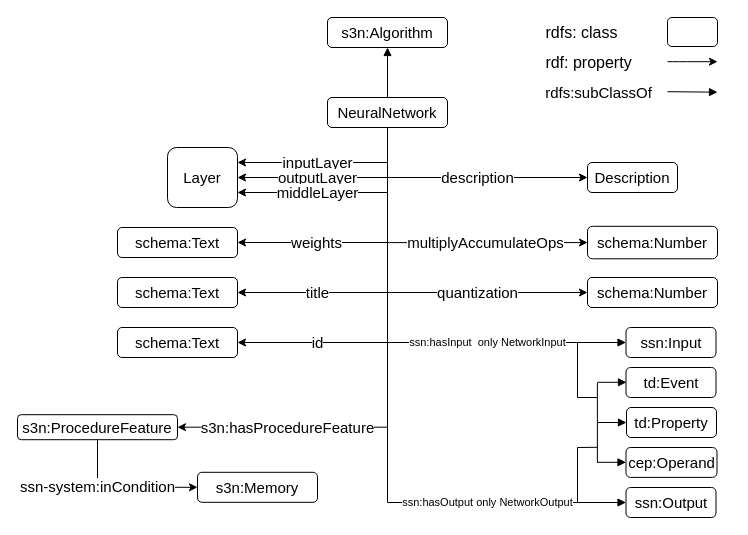
Before: Untitled Diagram 1.drawio in Haoyu-R/appendix, a draw.io diagram. Source tidied: cells renumbered, new cells numbered last; positions are measured from the earlier drawing's top-left corner, leaving out a move shared by most shapes. Both pictures are drawn from the tidied source at 100%, with x=0, y=0 at pixel (17, 17).
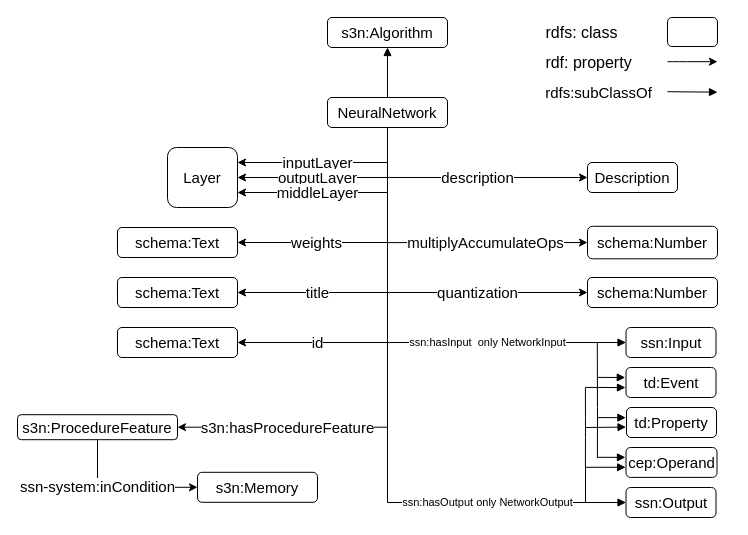
The same page after the edit.

The change refers to these unchanged cells:
```xml
<mxCell id="35" value="cep:Operand" style="rounded=1;whiteSpace=wrap;html=1;fontSize=15;" parent="1" vertex="1">
  <mxGeometry x="608.5" y="430" width="91" height="29.9" as="geometry" />
</mxCell>
<mxCell id="36" value="td:Event" style="rounded=1;whiteSpace=wrap;html=1;fontSize=15;" parent="1" vertex="1">
  <mxGeometry x="608.5" y="350" width="90" height="30" as="geometry" />
</mxCell>
<mxCell id="38" value="td:Property" style="rounded=1;whiteSpace=wrap;html=1;fontSize=15;" parent="1" vertex="1">
  <mxGeometry x="609" y="390" width="90" height="30" as="geometry" />
</mxCell>
```

What changed in the source:
```diff
@@
-    <mxCell id="41" style="endArrow=block;html=1;entryX=0;entryY=0.5;entryDx=0;entryDy=0;endFill=1;" parent="1" edge="1" target="38">
+    <mxCell id="41" style="endArrow=block;html=1;endFill=1;entryX=-0.007;entryY=0.338;entryDx=0;entryDy=0;entryPerimeter=0;" parent="1" edge="1" target="38">
       <mxGeometry relative="1" as="geometry">
-        <mxPoint x="580" y="405" as="sourcePoint" />
+        <mxPoint x="580" y="400.1" as="sourcePoint" />
       </mxGeometry>
     </mxCell>
-    <mxCell id="42" style="endArrow=block;html=1;entryX=0;entryY=0.5;entryDx=0;entryDy=0;endFill=1;" parent="1" edge="1">
+    <mxCell id="42" style="endArrow=block;html=1;entryX=-0.008;entryY=0.334;entryDx=0;entryDy=0;endFill=1;entryPerimeter=0;" parent="1" edge="1" target="36">
       <mxGeometry relative="1" as="geometry">
-        <mxPoint x="580" y="364.8" as="sourcePoint" />
-        <mxPoint x="609" y="364.8" as="targetPoint" />
+        <mxPoint x="580" y="359.9" as="sourcePoint" />
       </mxGeometry>
     </mxCell>
-    <mxCell id="43" style="endArrow=block;html=1;entryX=0;entryY=0.5;entryDx=0;entryDy=0;endFill=1;" parent="1" edge="1">
+    <mxCell id="43" style="endArrow=block;html=1;endFill=1;entryX=-0.006;entryY=0.33;entryDx=0;entryDy=0;entryPerimeter=0;" parent="1" edge="1" target="35">
       <mxGeometry relative="1" as="geometry">
-        <mxPoint x="579.5" y="444.8" as="sourcePoint" />
-        <mxPoint x="608.5" y="444.8" as="targetPoint" />
+        <mxPoint x="579.5" y="439.8" as="sourcePoint" />
       </mxGeometry>
     </mxCell>
     <mxCell id="44" style="endArrow=none;html=1;" parent="1" edge="1">
       <mxGeometry relative="1" as="geometry">
-        <mxPoint x="579.9" y="445" as="sourcePoint" />
-        <mxPoint x="579.9" y="365" as="targetPoint" />
+        <mxPoint x="579.9" y="440.1" as="sourcePoint" />
+        <mxPoint x="579.9" y="360.1" as="targetPoint" />
+        <Array as="points">
+          <mxPoint x="580" y="400" />
+        </Array>
       </mxGeometry>
     </mxCell>
-    <mxCell id="45" style="endArrow=none;html=1;" parent="1" edge="1">
-      <mxGeometry relative="1" as="geometry">
-        <mxPoint x="560" y="380" as="sourcePoint" />
-        <mxPoint x="580" y="380" as="targetPoint" />
-      </mxGeometry>
-    </mxCell>
     <mxCell id="46" style="endArrow=none;html=1;" parent="1" edge="1">
       <mxGeometry relative="1" as="geometry">
-        <mxPoint x="560" y="380" as="sourcePoint" />
-        <mxPoint x="560" y="325" as="targetPoint" />
+        <mxPoint x="579.9" y="360" as="sourcePoint" />
+        <mxPoint x="579.8" y="325" as="targetPoint" />
       </mxGeometry>
     </mxCell>
-    <mxCell id="47" style="endArrow=none;html=1;" parent="1" edge="1">
-      <mxGeometry relative="1" as="geometry">
-        <mxPoint x="560" y="430" as="sourcePoint" />
-        <mxPoint x="580" y="429.8" as="targetPoint" />
-      </mxGeometry>
-    </mxCell>
     <mxCell id="48" style="endArrow=none;html=1;" parent="1" edge="1">
       <mxGeometry relative="1" as="geometry">
-        <mxPoint x="560" y="484.8" as="sourcePoint" />
-        <mxPoint x="560" y="430" as="targetPoint" />
+        <mxPoint x="568" y="484.8" as="sourcePoint" />
+        <mxPoint x="568" y="450" as="targetPoint" />
       </mxGeometry>
     </mxCell>
+    <mxCell id="49" style="endArrow=block;html=1;endFill=1;entryX=-0.005;entryY=0.653;entryDx=0;entryDy=0;entryPerimeter=0;" parent="1" edge="1" target="38">
+      <mxGeometry relative="1" as="geometry">
+        <mxPoint x="568" y="410" as="sourcePoint" />
+      </mxGeometry>
+    </mxCell>
+    <mxCell id="50" style="endArrow=block;html=1;entryX=-0.006;entryY=0.67;entryDx=0;entryDy=0;endFill=1;entryPerimeter=0;" parent="1" edge="1" target="36">
+      <mxGeometry relative="1" as="geometry">
+        <mxPoint x="568" y="369.9" as="sourcePoint" />
+      </mxGeometry>
+    </mxCell>
+    <mxCell id="51" style="endArrow=block;html=1;entryX=-0.004;entryY=0.661;entryDx=0;entryDy=0;endFill=1;entryPerimeter=0;" parent="1" edge="1" target="35">
+      <mxGeometry relative="1" as="geometry">
+        <mxPoint x="567.5" y="449.8" as="sourcePoint" />
+      </mxGeometry>
+    </mxCell>
+    <mxCell id="52" style="endArrow=none;html=1;" parent="1" edge="1">
+      <mxGeometry relative="1" as="geometry">
+        <mxPoint x="567.9" y="450.1" as="sourcePoint" />
+        <mxPoint x="567.9" y="370.1" as="targetPoint" />
+        <Array as="points">
+          <mxPoint x="568" y="410" />
+        </Array>
+      </mxGeometry>
+    </mxCell>
```
